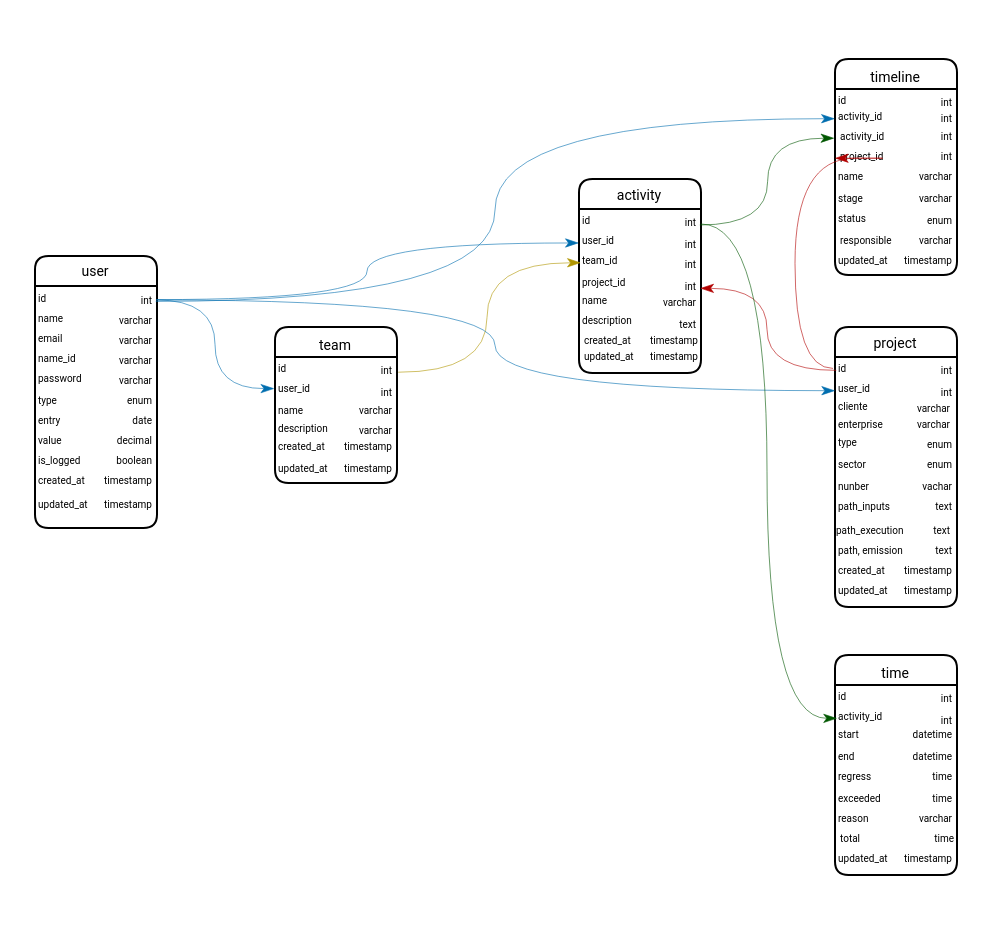
Above: Banco Kairos.drawio in Avflux/drawio (draw.io), before the change. Source tidied: cells renumbered, new cells numbered last; positions are measured from the earlier drawing's top-left corner, leaving out a move shared by most shapes. Both pictures are drawn from the tidied source at 200%, with x=0, y=0 at pixel (34, 58).
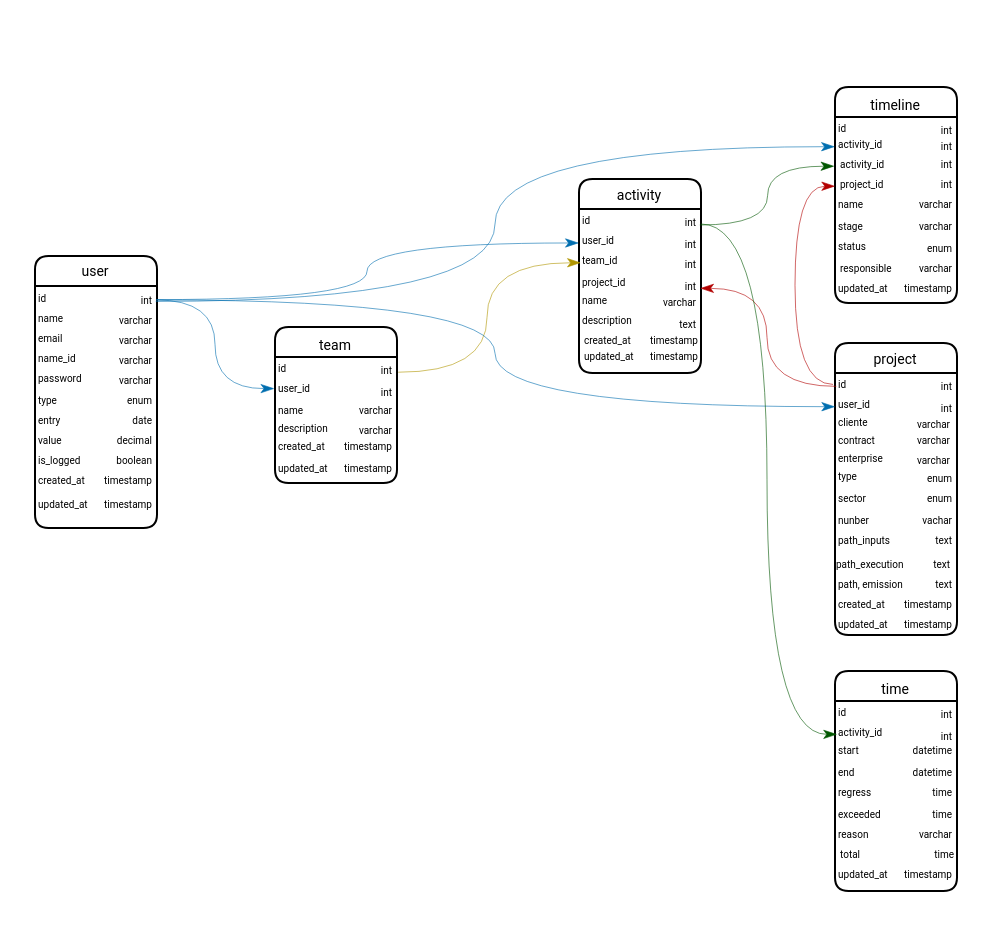
The same page after the edit.

What changed in the source:
```diff
@@
     <mxCell id="58" value="&lt;p&gt;&lt;font style=&quot;font-size: 7px;&quot; face=&quot;Roboto&quot;&gt;&lt;span style=&quot;font-weight: 400;&quot;&gt;project&lt;/span&gt;&lt;/font&gt;&lt;/p&gt;" style="swimlane;whiteSpace=wrap;html=1;hachureGap=4;fontFamily=Architects Daughter;fillColor=default;strokeColor=default;startSize=15;strokeWidth=1;swimlaneLine=1;glass=0;rounded=1;shadow=0;align=center;" parent="1" vertex="1">
-      <mxGeometry x="400" y="134" width="61" height="140" as="geometry" />
+      <mxGeometry x="400" y="142" width="61" height="146" as="geometry" />
     </mxCell>
@@
-    <mxCell id="62" value="&lt;font face=&quot;Roboto&quot;&gt;&lt;span style=&quot;font-size: 5px;&quot;&gt;enterprise&lt;/span&gt;&lt;/font&gt;" style="text;html=1;align=left;verticalAlign=middle;strokeColor=none;fillColor=none;fontFamily=Architects Daughter;" parent="58" vertex="1">
-      <mxGeometry y="33" width="40" height="27" as="geometry" />
+    <mxCell id="62" value="&lt;font face=&quot;Roboto&quot;&gt;&lt;span style=&quot;font-size: 5px;&quot;&gt;contract&lt;/span&gt;&lt;/font&gt;" style="text;html=1;align=left;verticalAlign=middle;strokeColor=none;fillColor=none;fontFamily=Architects Daughter;" parent="58" vertex="1">
+      <mxGeometry y="33" width="38" height="28" as="geometry" />
     </mxCell>
     <mxCell id="63" value="&lt;font face=&quot;Roboto&quot;&gt;&lt;span style=&quot;font-size: 5px;&quot;&gt;enum&lt;/span&gt;&lt;/font&gt;" style="text;html=1;align=right;verticalAlign=middle;strokeColor=none;fillColor=none;fontFamily=Architects Daughter;" parent="58" vertex="1">
-      <mxGeometry x="29" y="43" width="31" height="27" as="geometry" />
+      <mxGeometry x="29" y="52" width="31" height="27" as="geometry" />
     </mxCell>
@@
     <mxCell id="65" value="&lt;font face=&quot;Roboto&quot;&gt;&lt;span style=&quot;font-size: 5px;&quot;&gt;created_at&lt;/span&gt;&lt;/font&gt;" style="text;html=1;align=left;verticalAlign=middle;strokeColor=none;fillColor=none;fontFamily=Architects Daughter;" parent="58" vertex="1">
-      <mxGeometry y="106" width="41" height="27" as="geometry" />
+      <mxGeometry y="115" width="41" height="27" as="geometry" />
     </mxCell>
     <mxCell id="66" value="&lt;font face=&quot;Roboto&quot;&gt;&lt;span style=&quot;font-size: 5px;&quot;&gt;timestamp&lt;/span&gt;&lt;/font&gt;" style="text;html=1;align=right;verticalAlign=middle;strokeColor=none;fillColor=none;fontFamily=Architects Daughter;" parent="58" vertex="1">
-      <mxGeometry x="18" y="106" width="42" height="27" as="geometry" />
+      <mxGeometry x="18" y="115" width="42" height="27" as="geometry" />
     </mxCell>
     <mxCell id="67" value="&lt;font face=&quot;Roboto&quot;&gt;&lt;span style=&quot;font-size: 5px;&quot;&gt;updated_at&lt;/span&gt;&lt;/font&gt;" style="text;html=1;align=left;verticalAlign=middle;strokeColor=none;fillColor=none;fontFamily=Architects Daughter;" parent="58" vertex="1">
-      <mxGeometry y="116" width="43" height="27" as="geometry" />
+      <mxGeometry y="125" width="43" height="27" as="geometry" />
     </mxCell>
     <mxCell id="68" value="&lt;font face=&quot;Roboto&quot;&gt;&lt;span style=&quot;font-size: 5px;&quot;&gt;timestamp&lt;/span&gt;&lt;/font&gt;" style="text;html=1;align=right;verticalAlign=middle;strokeColor=none;fillColor=none;fontFamily=Architects Daughter;" parent="58" vertex="1">
-      <mxGeometry x="18" y="116" width="42" height="27" as="geometry" />
+      <mxGeometry x="18" y="125" width="42" height="27" as="geometry" />
     </mxCell>
     <mxCell id="69" value="&lt;font face=&quot;Roboto&quot;&gt;&lt;span style=&quot;font-size: 5px;&quot;&gt;sector&lt;/span&gt;&lt;/font&gt;" style="text;html=1;align=left;verticalAlign=middle;strokeColor=none;fillColor=none;fontFamily=Architects Daughter;" parent="58" vertex="1">
-      <mxGeometry y="53" width="32" height="27" as="geometry" />
+      <mxGeometry y="62" width="32" height="27" as="geometry" />
     </mxCell>
     <mxCell id="70" value="&lt;font face=&quot;Roboto&quot;&gt;&lt;span style=&quot;font-size: 5px;&quot;&gt;enum&lt;/span&gt;&lt;/font&gt;" style="text;html=1;align=right;verticalAlign=middle;strokeColor=none;fillColor=none;fontFamily=Architects Daughter;" parent="58" vertex="1">
-      <mxGeometry x="29" y="53" width="31" height="27" as="geometry" />
+      <mxGeometry x="29" y="62" width="31" height="27" as="geometry" />
     </mxCell>
@@
     <mxCell id="74" value="&lt;font face=&quot;Roboto&quot; style=&quot;font-size: 5px;&quot;&gt;type&lt;/font&gt;" style="text;html=1;align=left;verticalAlign=middle;strokeColor=none;fillColor=none;fontFamily=Architects Daughter;" parent="58" vertex="1">
-      <mxGeometry y="44" width="27" height="26" as="geometry" />
+      <mxGeometry y="53" width="27" height="26" as="geometry" />
     </mxCell>
     <mxCell id="75" value="&lt;font face=&quot;Roboto&quot;&gt;&lt;span style=&quot;font-size: 5px;&quot;&gt;nunber&lt;/span&gt;&lt;/font&gt;" style="text;html=1;align=left;verticalAlign=middle;strokeColor=none;fillColor=none;fontFamily=Architects Daughter;" parent="58" vertex="1">
-      <mxGeometry y="64" width="33" height="27" as="geometry" />
+      <mxGeometry y="73" width="33" height="27" as="geometry" />
     </mxCell>
     <mxCell id="76" value="&lt;font face=&quot;Roboto&quot;&gt;&lt;span style=&quot;font-size: 5px;&quot;&gt;vachar&lt;/span&gt;&lt;/font&gt;" style="text;html=1;align=right;verticalAlign=middle;strokeColor=none;fillColor=none;fontFamily=Architects Daughter;" parent="58" vertex="1">
-      <mxGeometry x="27" y="64" width="33" height="27" as="geometry" />
+      <mxGeometry x="27" y="73" width="33" height="27" as="geometry" />
     </mxCell>
     <mxCell id="77" value="&lt;font face=&quot;Roboto&quot;&gt;&lt;span style=&quot;font-size: 5px;&quot;&gt;path_inputs&lt;/span&gt;&lt;/font&gt;" style="text;html=1;align=left;verticalAlign=middle;strokeColor=none;fillColor=none;fontFamily=Architects Daughter;" parent="58" vertex="1">
-      <mxGeometry y="74" width="46" height="28" as="geometry" />
+      <mxGeometry y="83" width="46" height="28" as="geometry" />
     </mxCell>
     <mxCell id="78" value="&lt;font face=&quot;Roboto&quot;&gt;&lt;span style=&quot;font-size: 5px;&quot;&gt;text&lt;/span&gt;&lt;/font&gt;" style="text;html=1;align=right;verticalAlign=middle;strokeColor=none;fillColor=none;fontFamily=Architects Daughter;" parent="58" vertex="1">
-      <mxGeometry x="32" y="74" width="28" height="28" as="geometry" />
+      <mxGeometry x="32" y="83" width="28" height="28" as="geometry" />
     </mxCell>
     <mxCell id="79" value="&lt;font face=&quot;Roboto&quot;&gt;&lt;span style=&quot;font-size: 5px;&quot;&gt;path_execution&lt;/span&gt;&lt;/font&gt;" style="text;html=1;align=left;verticalAlign=middle;strokeColor=none;fillColor=none;fontFamily=Architects Daughter;" parent="58" vertex="1">
-      <mxGeometry x="-1.5" y="86" width="54" height="28" as="geometry" />
+      <mxGeometry x="-1.5" y="95" width="54" height="28" as="geometry" />
     </mxCell>
     <mxCell id="80" value="&lt;font face=&quot;Roboto&quot;&gt;&lt;span style=&quot;font-size: 5px;&quot;&gt;text&lt;/span&gt;&lt;/font&gt;" style="text;html=1;align=right;verticalAlign=middle;strokeColor=none;fillColor=none;fontFamily=Architects Daughter;" parent="58" vertex="1">
-      <mxGeometry x="30.5" y="86" width="28" height="28" as="geometry" />
+      <mxGeometry x="30.5" y="95" width="28" height="28" as="geometry" />
     </mxCell>
     <mxCell id="81" value="&lt;font face=&quot;Roboto&quot;&gt;&lt;span style=&quot;font-size: 5px;&quot;&gt;path, emission&lt;/span&gt;&lt;/font&gt;" style="text;html=1;align=left;verticalAlign=middle;strokeColor=none;fillColor=none;fontFamily=Architects Daughter;" parent="58" vertex="1">
-      <mxGeometry y="96" width="52" height="28" as="geometry" />
+      <mxGeometry y="105" width="52" height="28" as="geometry" />
     </mxCell>
     <mxCell id="82" value="&lt;font face=&quot;Roboto&quot;&gt;&lt;span style=&quot;font-size: 5px;&quot;&gt;text&lt;/span&gt;&lt;/font&gt;" style="text;html=1;align=right;verticalAlign=middle;strokeColor=none;fillColor=none;fontFamily=Architects Daughter;" parent="58" vertex="1">
-      <mxGeometry x="32" y="96" width="28" height="28" as="geometry" />
+      <mxGeometry x="32" y="105" width="28" height="28" as="geometry" />
     </mxCell>
+    <mxCell id="127" value="&lt;span style=&quot;font-family: Roboto; font-size: 5px;&quot;&gt;enterprise&lt;/span&gt;" style="text;html=1;align=left;verticalAlign=middle;strokeColor=none;fillColor=none;fontFamily=Architects Daughter;" parent="58" vertex="1">
+      <mxGeometry y="43" width="42" height="28" as="geometry" />
+    </mxCell>
+    <mxCell id="128" value="&lt;font face=&quot;Roboto&quot;&gt;&lt;span style=&quot;font-size: 5px;&quot;&gt;varchar&lt;/span&gt;&lt;/font&gt;" style="text;html=1;align=right;verticalAlign=middle;strokeColor=none;fillColor=none;fontFamily=Architects Daughter;" parent="58" vertex="1">
+      <mxGeometry x="23.5" y="43" width="35" height="27" as="geometry" />
+    </mxCell>
@@
     <mxCell id="85" value="&lt;p&gt;&lt;font face=&quot;Roboto&quot;&gt;&lt;span style=&quot;font-size: 7px; font-weight: 400;&quot;&gt;time&lt;/span&gt;&lt;/font&gt;&lt;/p&gt;" style="swimlane;whiteSpace=wrap;html=1;hachureGap=4;fontFamily=Architects Daughter;fillColor=default;strokeColor=default;startSize=15;strokeWidth=1;swimlaneLine=1;glass=0;rounded=1;shadow=0;align=center;" parent="1" vertex="1">
-      <mxGeometry x="400" y="298" width="61" height="110" as="geometry" />
+      <mxGeometry x="400" y="306" width="61" height="110" as="geometry" />
     </mxCell>
@@
     <mxCell id="105" value="&lt;p&gt;&lt;font face=&quot;Roboto&quot;&gt;&lt;span style=&quot;font-size: 7px; font-weight: 400;&quot;&gt;timeline&lt;/span&gt;&lt;/font&gt;&lt;/p&gt;" style="swimlane;whiteSpace=wrap;html=1;hachureGap=4;fontFamily=Architects Daughter;fillColor=default;strokeColor=default;startSize=15;strokeWidth=1;swimlaneLine=1;glass=0;rounded=1;shadow=0;align=center;" parent="1" vertex="1">
-      <mxGeometry x="400" width="61" height="108" as="geometry" />
+      <mxGeometry x="400" y="14" width="61" height="108" as="geometry" />
     </mxCell>
```
